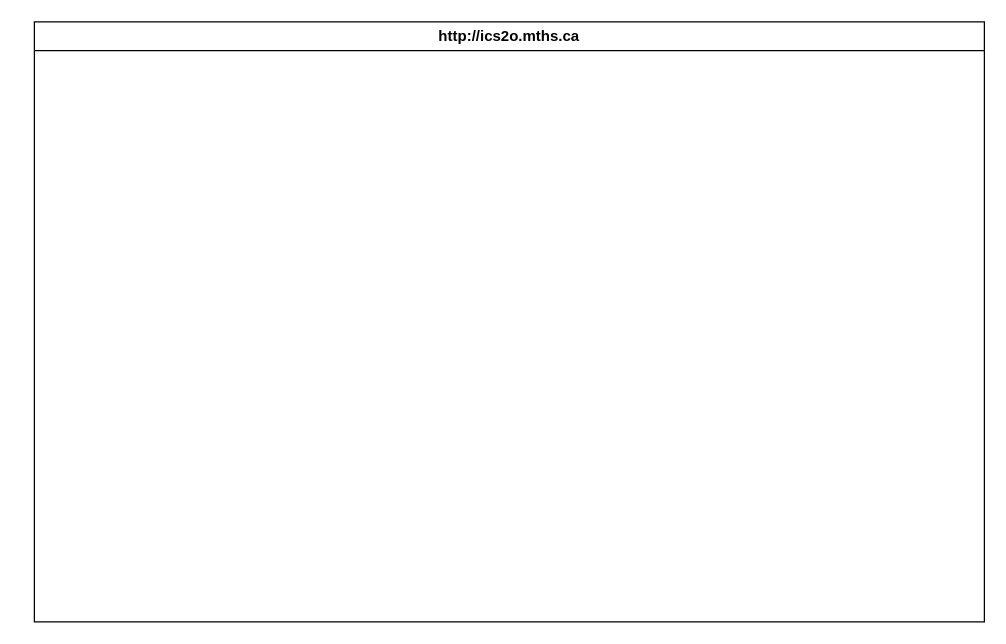
This is design/storyboard.drawio from MTHS-ICS2O-2-2022/ICS2O-Unit-3-04-Bonnie-Zhu, a draw.io file, before an edit. Source tidied: cells renumbered, new cells numbered last; positions are measured from the earlier drawing's top-left corner, leaving out a move shared by most shapes. Both pictures are drawn from the tidied source at 125%, with x=0, y=0 at pixel (34, 21).
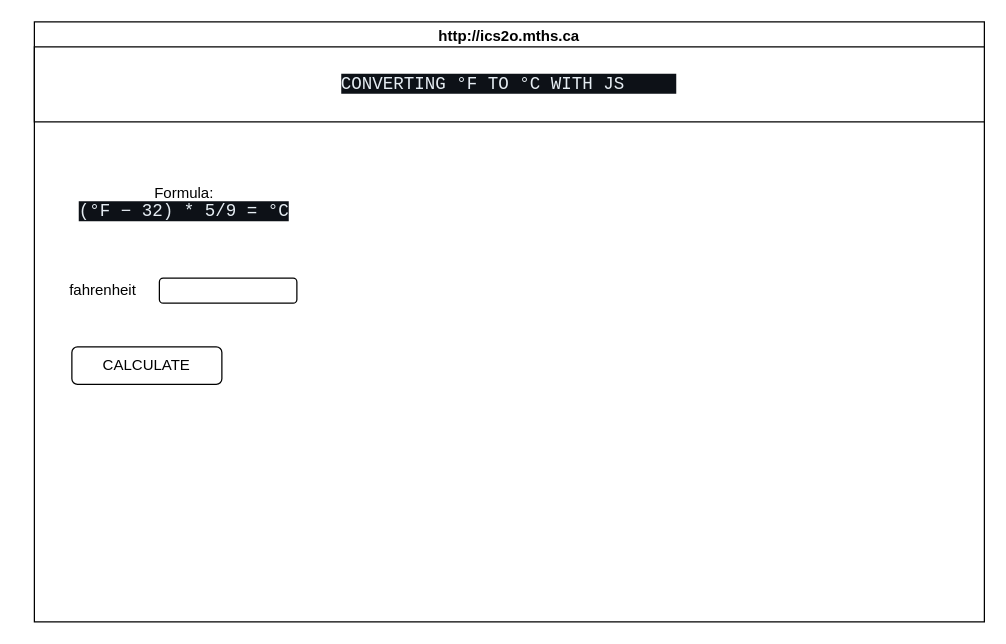
After the change.

What changed in the source:
```diff
@@
 <mxGraphModel>
   <root>
     <mxCell id="0" />
     <mxCell id="1" parent="0" />
     <mxCell id="2" value="http://ics2o.mths.ca" style="swimlane;whiteSpace=wrap;html=1;" parent="1" vertex="1">
       <mxGeometry width="760" height="480" as="geometry" />
     </mxCell>
+    <mxCell id="3" value="Formula:&lt;br&gt;&lt;span style=&quot;background-color: rgb(13, 17, 23); color: rgb(230, 237, 243); font-family: Consolas, &amp;quot;Courier New&amp;quot;, monospace; font-size: 14px;&quot;&gt;(°F − 32) * 5/9 = °C&lt;/span&gt;" style="text;html=1;strokeColor=none;fillColor=none;align=center;verticalAlign=middle;whiteSpace=wrap;rounded=0;" parent="2" vertex="1">
+      <mxGeometry x="10" y="90" width="220" height="110" as="geometry" />
+    </mxCell>
+    <mxCell id="4" value="fahrenheit" style="text;html=1;strokeColor=none;fillColor=none;align=center;verticalAlign=middle;whiteSpace=wrap;rounded=0;" parent="2" vertex="1">
+      <mxGeometry x="-10" y="200" width="130" height="30" as="geometry" />
+    </mxCell>
+    <mxCell id="5" style="rounded=1;whiteSpace=wrap;html=1;" parent="2" vertex="1">
+      <mxGeometry x="100" y="205" width="110" height="20" as="geometry" />
+    </mxCell>
+    <mxCell id="6" value="CALCULATE" style="rounded=1;whiteSpace=wrap;html=1;" parent="2" vertex="1">
+      <mxGeometry x="30" y="260" width="120" height="30" as="geometry" />
+    </mxCell>
+    <mxCell id="7" value="&lt;span style=&quot;color: rgb(230, 237, 243); font-family: Consolas, &amp;quot;Courier New&amp;quot;, monospace; font-size: 14px; background-color: rgb(13, 17, 23);&quot;&gt;CONVERTING °F TO °C WITH JS&lt;span style=&quot;white-space: pre;&quot;&gt;&#9;&lt;/span&gt;&lt;/span&gt;" style="rounded=0;whiteSpace=wrap;html=1;" parent="2" vertex="1">
+      <mxGeometry y="20" width="760" height="60" as="geometry" />
+    </mxCell>
   </root>
 </mxGraphModel>
```
